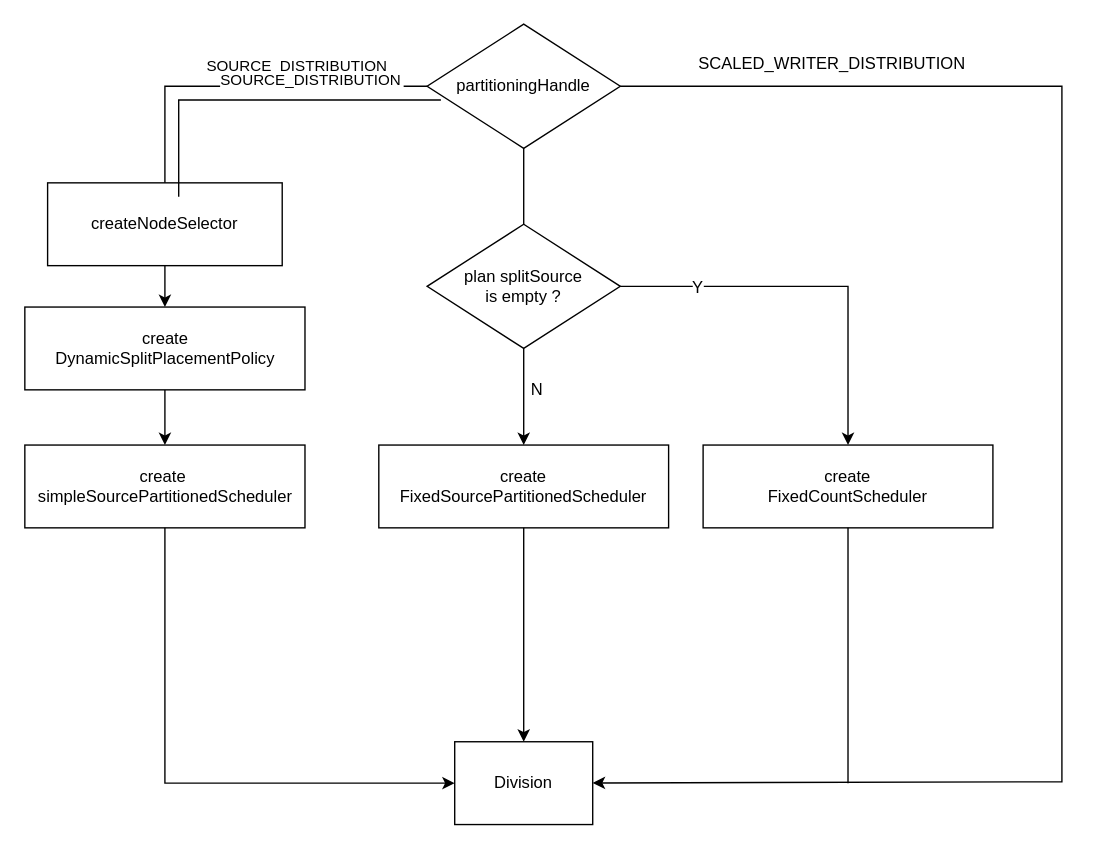
Before: prestoSchedulerCreateStage.drawio in chuanjian666/drawio, a draw.io diagram. Source tidied: cells renumbered, new cells numbered last; positions are measured from the earlier drawing's top-left corner, leaving out a move shared by most shapes. Both pictures are drawn from the tidied source at 138%, with x=0, y=0 at pixel (23, 23).
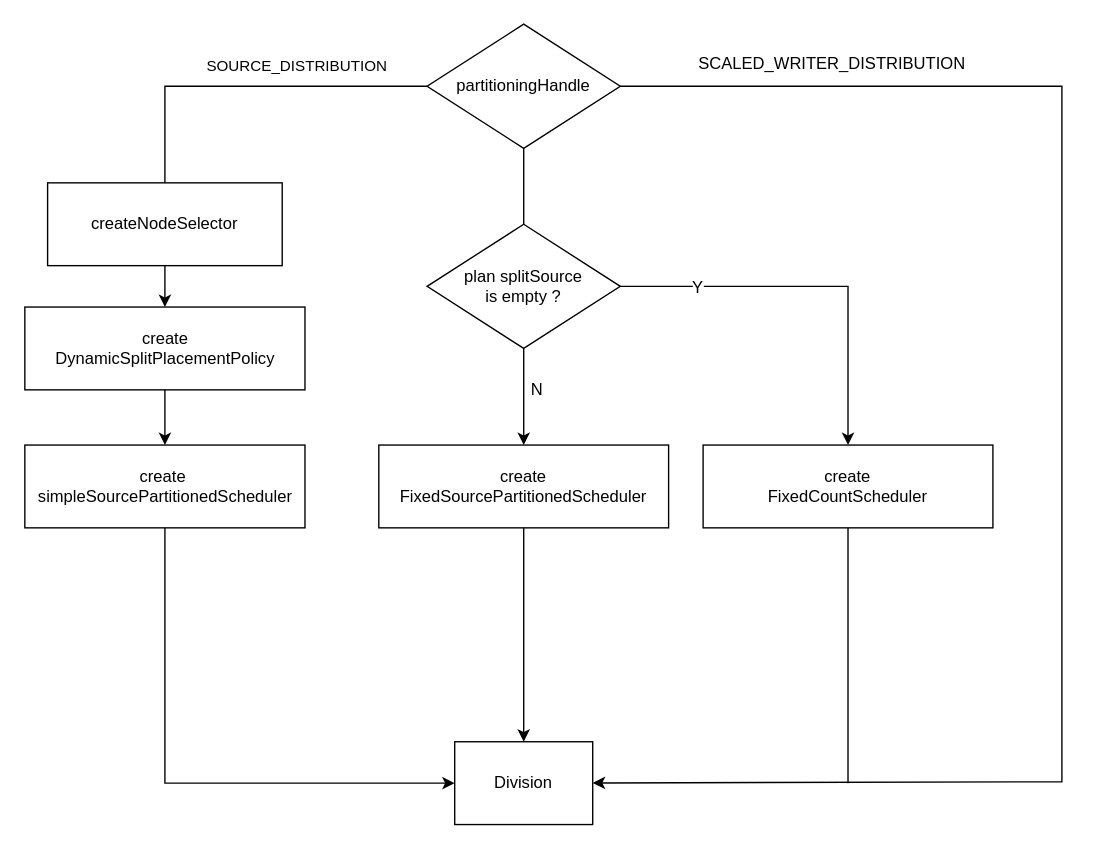
After the change.

Change to the diagram source:
```diff
@@
-    <mxCell id="22" value="SOURCE_DISTRIBUTION" style="edgeStyle=elbowEdgeStyle;elbow=vertical;startArrow=none;endArrow=none;rounded=0;exitX=0;exitY=0.5;exitDx=0;exitDy=0;" parent="1" edge="1">
-      <mxGeometry x="-0.28" y="-15" relative="1" as="geometry">
-        <mxPoint x="302" y="55" as="sourcePoint" />
-        <mxPoint x="112" y="125" as="targetPoint" />
-        <Array as="points">
-          <mxPoint x="112" y="55" />
-        </Array>
-      </mxGeometry>
-    </mxCell>
```
